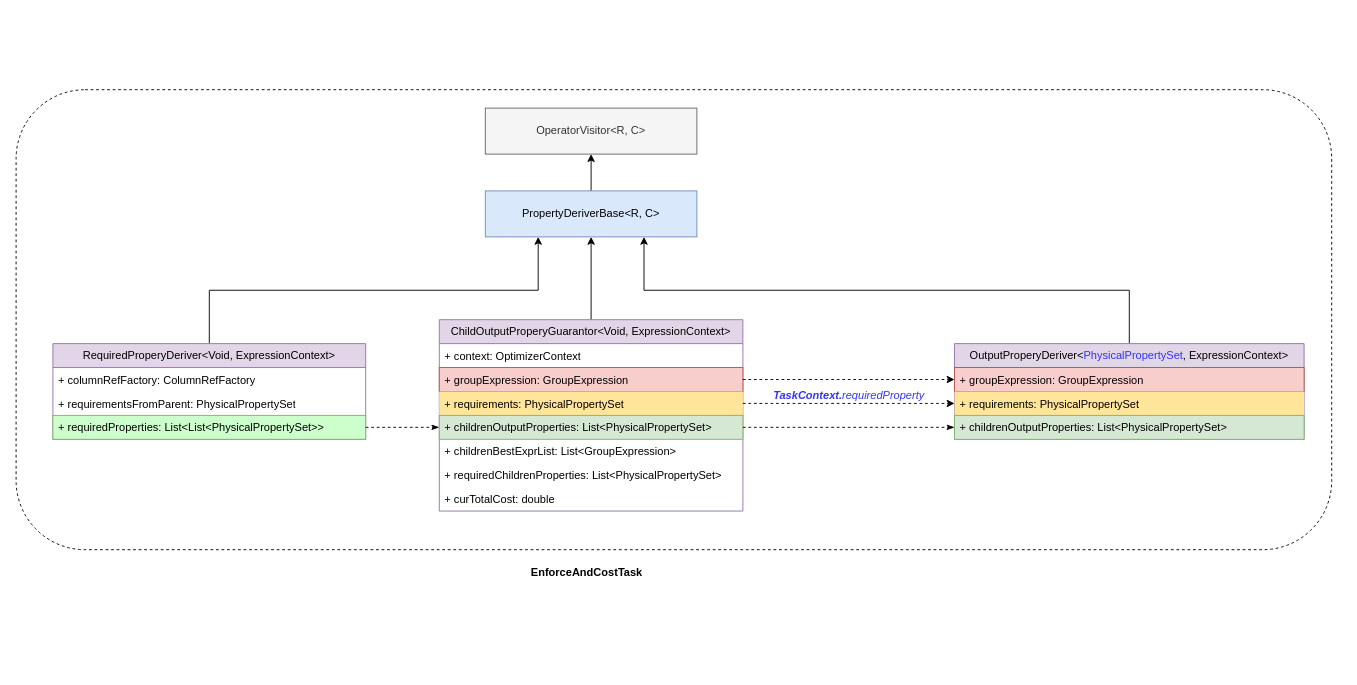
szza/szza.github.io.images keeps this draw.io diagram as StarRocks/CBO/PropertyDeriver.drawio. Above is the earlier version. Source tidied: cells renumbered, new cells numbered last; positions are measured from the earlier drawing's top-left corner, leaving out a move shared by most shapes. Both pictures are drawn from the tidied source at 92%, with x=0, y=0 at pixel (16, 89).
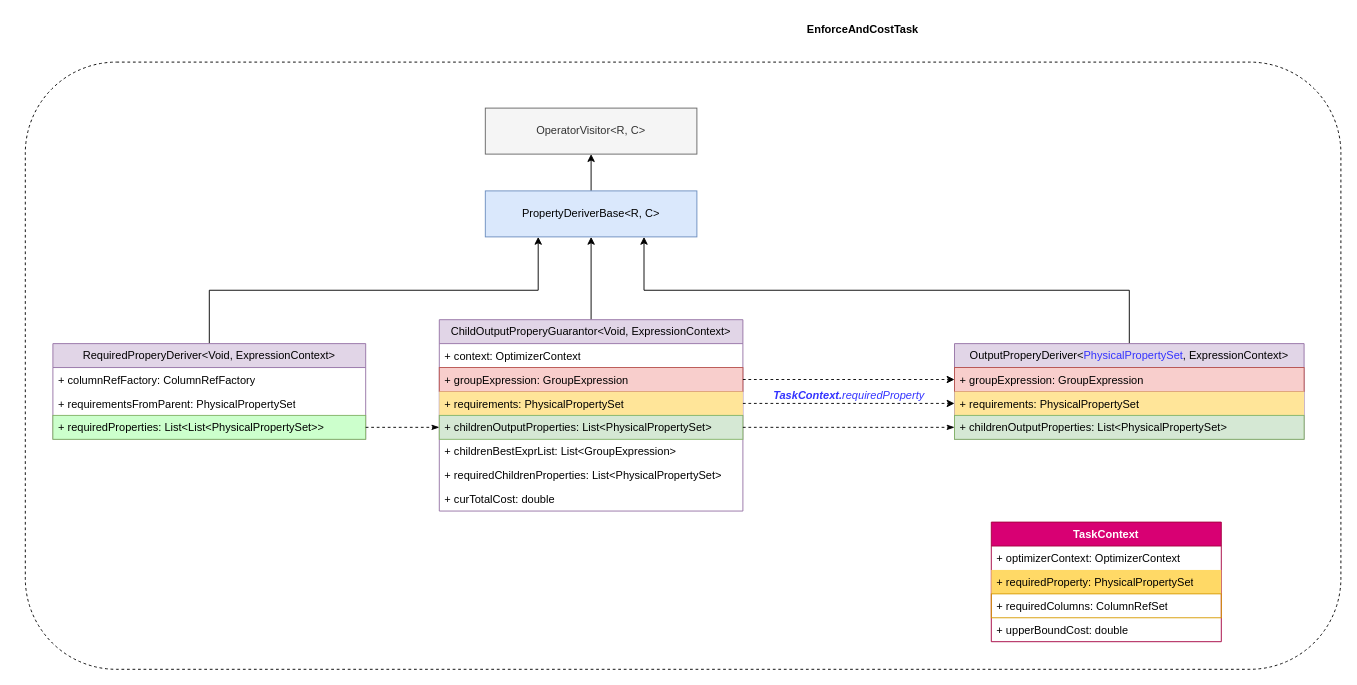
After the change.

The edit, as a diff of the source:
```diff
@@
     <mxCell id="28" value="&lt;b&gt;EnforceAndCostTask&lt;/b&gt;" style="text;html=1;align=center;verticalAlign=middle;strokeColor=none;fillColor=none;" parent="1" vertex="1">
-      <mxGeometry x="550" y="510" width="140" height="30" as="geometry" />
+      <mxGeometry x="850" y="-80" width="140" height="30" as="geometry" />
     </mxCell>
@@
     <mxCell id="30" style="rounded=1;whiteSpace=wrap;html=1;fillColor=none;dashed=1;" parent="1" vertex="1">
-      <mxGeometry width="1430" height="500" as="geometry" />
+      <mxGeometry x="10" y="-30" width="1430" height="660" as="geometry" />
     </mxCell>
+    <mxCell id="31" value="TaskContext" style="swimlane;fontStyle=1;align=center;verticalAlign=top;horizontal=1;startSize=26;whiteSpace=wrap;html=1;fillColor=#d80073;fontColor=#ffffff;strokeColor=#A50040;" parent="1" vertex="1">
+      <mxGeometry x="1060" y="470" width="250" height="130" as="geometry" />
+    </mxCell>
+    <mxCell id="32" value="+&amp;nbsp;optimizerContext&lt;span style=&quot;background-color: initial;&quot;&gt;:&amp;nbsp;OptimizerContext&lt;/span&gt;" style="text;strokeColor=none;fillColor=none;align=left;verticalAlign=top;spacingLeft=4;spacingRight=4;overflow=hidden;whiteSpace=wrap;html=1;" parent="31" vertex="1">
+      <mxGeometry y="26" width="250" height="26" as="geometry" />
+    </mxCell>
+    <mxCell id="33" value="+&amp;nbsp;requiredProperty&lt;span style=&quot;background-color: initial;&quot;&gt;:&amp;nbsp;&lt;/span&gt;PhysicalPropertySet" style="text;strokeColor=none;fillColor=#FFD966;align=left;verticalAlign=top;spacingLeft=4;spacingRight=4;overflow=hidden;whiteSpace=wrap;html=1;" parent="31" vertex="1">
+      <mxGeometry y="52" width="250" height="26" as="geometry" />
+    </mxCell>
+    <mxCell id="34" value="+&amp;nbsp;requiredColumns&lt;span style=&quot;background-color: initial;&quot;&gt;:&amp;nbsp;&lt;/span&gt;ColumnRefSet" style="text;strokeColor=#d79b00;fillColor=none;align=left;verticalAlign=top;spacingLeft=4;spacingRight=4;overflow=hidden;whiteSpace=wrap;html=1;" parent="31" vertex="1">
+      <mxGeometry y="78" width="250" height="26" as="geometry" />
+    </mxCell>
+    <mxCell id="35" value="+&amp;nbsp;upperBoundCost&lt;span style=&quot;background-color: initial;&quot;&gt;: double&lt;/span&gt;" style="text;strokeColor=none;fillColor=none;align=left;verticalAlign=top;spacingLeft=4;spacingRight=4;overflow=hidden;whiteSpace=wrap;html=1;" parent="31" vertex="1">
+      <mxGeometry y="104" width="250" height="26" as="geometry" />
+    </mxCell>
```
